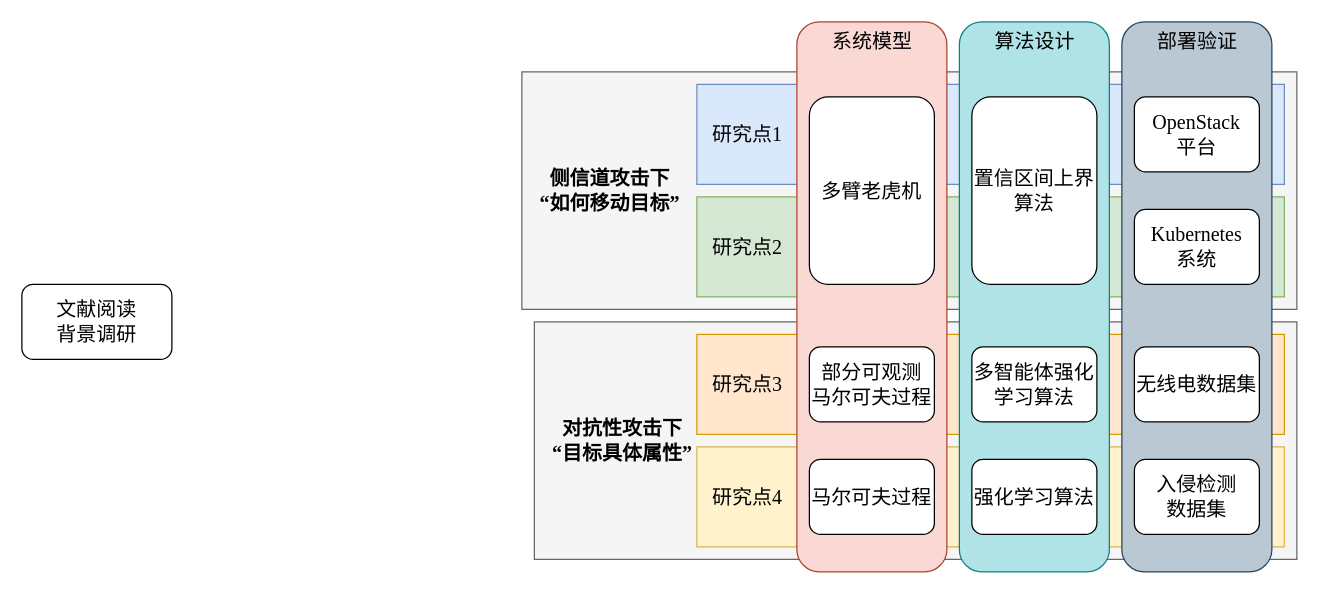
Above: 研究方法.drawio in weyg0/Diagrams (draw.io), before the change. Source tidied: cells renumbered, new cells numbered last; positions are measured from the earlier drawing's top-left corner, leaving out a move shared by most shapes. Both pictures are drawn from the tidied source at 125%, with x=0, y=0 at pixel (21, 21).
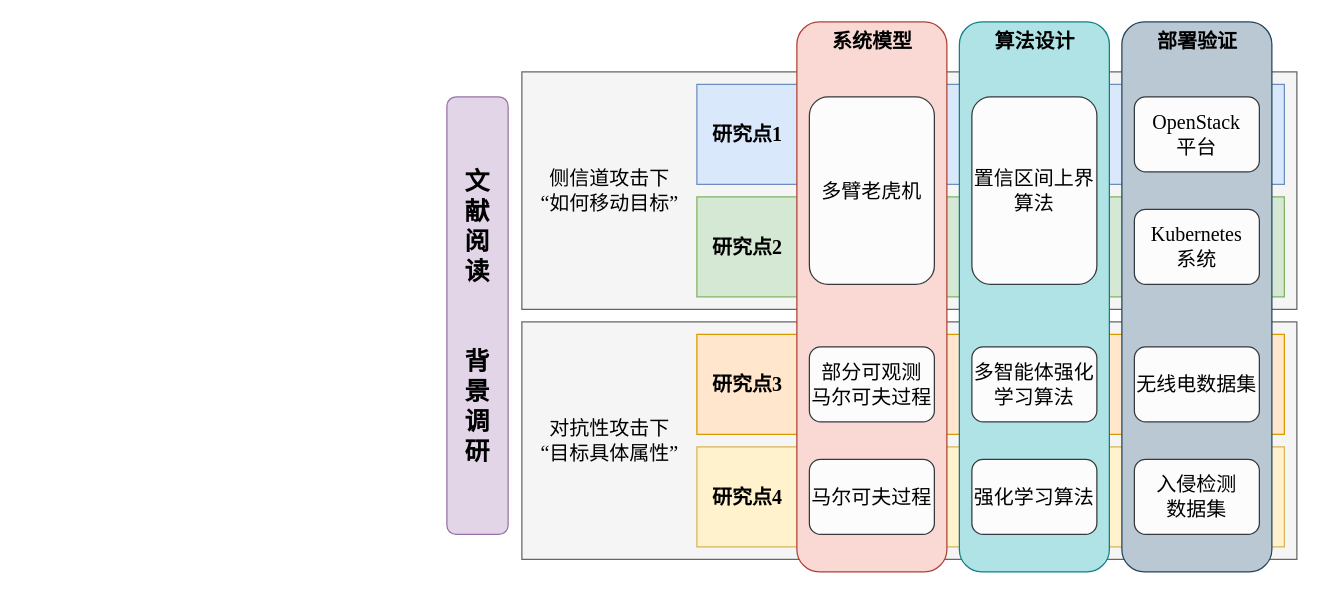
The same diagram, later.

Commit message (it also covers changes not shown here):
更新研究方法.drawio

Diff of the diagram source:
```diff
@@
     <mxCell id="2" style="rounded=0;whiteSpace=wrap;html=1;fillColor=#f5f5f5;strokeColor=#666666;fontFamily=Times New Roman;fontSize=16;fontColor=#333333;" parent="1" vertex="1">
-      <mxGeometry x="410" y="240" width="610" height="190" as="geometry" />
+      <mxGeometry x="400" y="240" width="620" height="190" as="geometry" />
     </mxCell>
@@
-    <mxCell id="4" value="文献阅读&lt;br style=&quot;font-size: 16px;&quot;&gt;背景调研" style="rounded=1;whiteSpace=wrap;html=1;fontFamily=Times New Roman;fontSize=16;" parent="1" vertex="1">
-      <mxGeometry y="210" width="120" height="60" as="geometry" />
+    <mxCell id="4" value="&lt;font style=&quot;font-size: 20px;&quot;&gt;文&lt;br&gt;献&lt;br&gt;阅&lt;br&gt;读&lt;br&gt;&lt;br&gt;&lt;br style=&quot;&quot;&gt;背&lt;br&gt;景&lt;br&gt;调&lt;br&gt;研&lt;/font&gt;" style="rounded=1;whiteSpace=wrap;html=1;fontFamily=Times New Roman;fontSize=16;fillColor=#e1d5e7;strokeColor=#9673a6;fontStyle=1;" parent="1" vertex="1">
+      <mxGeometry x="340" y="60" width="49" height="350" as="geometry" />
     </mxCell>
-    <mxCell id="5" value="&lt;b style=&quot;font-size: 16px;&quot;&gt;侧信道攻击下&lt;br style=&quot;font-size: 16px;&quot;&gt;“如何移动目标”&lt;/b&gt;" style="text;html=1;align=center;verticalAlign=middle;strokeColor=none;fillColor=none;fontFamily=Times New Roman;fontSize=16;" parent="1" vertex="1">
-      <mxGeometry x="400" y="110" width="140" height="50" as="geometry" />
+    <mxCell id="5" value="&lt;span style=&quot;font-size: 16px;&quot;&gt;侧信道攻击下&lt;br style=&quot;font-size: 16px;&quot;&gt;“如何移动目标”&lt;/span&gt;" style="text;html=1;align=center;verticalAlign=middle;strokeColor=none;fillColor=none;fontFamily=Times New Roman;fontSize=16;" parent="1" vertex="1">
+      <mxGeometry x="405" y="110" width="130" height="50" as="geometry" />
     </mxCell>
-    <mxCell id="6" value="&lt;b style=&quot;font-size: 16px;&quot;&gt;对抗性攻击下&lt;br style=&quot;font-size: 16px;&quot;&gt;“目标具体属性”&lt;/b&gt;" style="text;html=1;align=center;verticalAlign=middle;strokeColor=none;fillColor=none;fontFamily=Times New Roman;fontSize=16;" parent="1" vertex="1">
-      <mxGeometry x="410" y="310" width="140" height="50" as="geometry" />
+    <mxCell id="6" value="&lt;span style=&quot;font-size: 16px;&quot;&gt;对抗性攻击下&lt;br style=&quot;font-size: 16px;&quot;&gt;“目标具体属性”&lt;/span&gt;" style="text;html=1;align=center;verticalAlign=middle;strokeColor=none;fillColor=none;fontFamily=Times New Roman;fontSize=16;" parent="1" vertex="1">
+      <mxGeometry x="405" y="310" width="130" height="50" as="geometry" />
     </mxCell>
@@
-    <mxCell id="14" value="系统模型" style="text;html=1;align=center;verticalAlign=middle;strokeColor=none;fillColor=none;fontFamily=Times New Roman;fontSize=16;" parent="1" vertex="1">
+    <mxCell id="14" value="系统模型" style="text;html=1;align=center;verticalAlign=middle;strokeColor=none;fillColor=none;fontFamily=Times New Roman;fontSize=16;fontStyle=1;" parent="1" vertex="1">
       <mxGeometry x="635" width="90" height="30" as="geometry" />
     </mxCell>
-    <mxCell id="15" value="算法设计" style="text;html=1;align=center;verticalAlign=middle;strokeColor=none;fillColor=none;fontFamily=Times New Roman;fontSize=16;" parent="1" vertex="1">
+    <mxCell id="15" value="算法设计" style="text;html=1;align=center;verticalAlign=middle;strokeColor=none;fillColor=none;fontFamily=Times New Roman;fontSize=16;fontStyle=1;" parent="1" vertex="1">
       <mxGeometry x="765" width="90" height="30" as="geometry" />
     </mxCell>
-    <mxCell id="16" value="部署验证" style="text;html=1;align=center;verticalAlign=middle;strokeColor=none;fillColor=none;fontFamily=Times New Roman;fontSize=16;" parent="1" vertex="1">
+    <mxCell id="16" value="部署验证" style="text;html=1;align=center;verticalAlign=middle;strokeColor=none;fillColor=none;fontFamily=Times New Roman;fontSize=16;fontStyle=1;" parent="1" vertex="1">
       <mxGeometry x="895" width="90" height="30" as="geometry" />
     </mxCell>
-    <mxCell id="17" value="多臂老虎机" style="rounded=1;whiteSpace=wrap;html=1;fontFamily=Times New Roman;fontSize=16;" parent="1" vertex="1">
+    <mxCell id="17" value="多臂老虎机" style="rounded=1;whiteSpace=wrap;html=1;fontFamily=Times New Roman;fontSize=16;fillColor=#FCFCFC;strokeColor=#36393d;" parent="1" vertex="1">
       <mxGeometry x="630" y="60" width="100" height="150" as="geometry" />
     </mxCell>
-    <mxCell id="18" value="部分可观测&lt;br&gt;马尔可夫过程" style="rounded=1;whiteSpace=wrap;html=1;fontFamily=Times New Roman;fontSize=16;" parent="1" vertex="1">
+    <mxCell id="18" value="部分可观测&lt;br&gt;马尔可夫过程" style="rounded=1;whiteSpace=wrap;html=1;fontFamily=Times New Roman;fontSize=16;fillColor=#FCFCFC;strokeColor=#36393d;" parent="1" vertex="1">
       <mxGeometry x="630" y="260" width="100" height="60" as="geometry" />
     </mxCell>
-    <mxCell id="19" value="马尔可夫过程" style="rounded=1;whiteSpace=wrap;html=1;fontFamily=Times New Roman;fontSize=16;" parent="1" vertex="1">
+    <mxCell id="19" value="马尔可夫过程" style="rounded=1;whiteSpace=wrap;html=1;fontFamily=Times New Roman;fontSize=16;fillColor=#FCFCFC;strokeColor=#36393d;" parent="1" vertex="1">
       <mxGeometry x="630" y="350" width="100" height="60" as="geometry" />
     </mxCell>
-    <mxCell id="20" value="置信区间上界算法" style="rounded=1;whiteSpace=wrap;html=1;fontFamily=Times New Roman;fontSize=16;" parent="1" vertex="1">
+    <mxCell id="20" value="置信区间上界算法" style="rounded=1;whiteSpace=wrap;html=1;fontFamily=Times New Roman;fontSize=16;fillColor=#FCFCFC;strokeColor=#36393d;" parent="1" vertex="1">
       <mxGeometry x="760" y="60" width="100" height="150" as="geometry" />
     </mxCell>
-    <mxCell id="21" value="多智能体强化学习算法" style="rounded=1;whiteSpace=wrap;html=1;fontFamily=Times New Roman;fontSize=16;" parent="1" vertex="1">
+    <mxCell id="21" value="多智能体强化学习算法" style="rounded=1;whiteSpace=wrap;html=1;fontFamily=Times New Roman;fontSize=16;fillColor=#FCFCFC;strokeColor=#36393d;" parent="1" vertex="1">
       <mxGeometry x="760" y="260" width="100" height="60" as="geometry" />
     </mxCell>
-    <mxCell id="22" value="强化学习算法" style="rounded=1;whiteSpace=wrap;html=1;fontFamily=Times New Roman;fontSize=16;" parent="1" vertex="1">
+    <mxCell id="22" value="强化学习算法" style="rounded=1;whiteSpace=wrap;html=1;fontFamily=Times New Roman;fontSize=16;fillColor=#FCFCFC;strokeColor=#36393d;" parent="1" vertex="1">
       <mxGeometry x="760" y="350" width="100" height="60" as="geometry" />
     </mxCell>
-    <mxCell id="23" value="无线电数据集" style="rounded=1;whiteSpace=wrap;html=1;fontFamily=Times New Roman;fontSize=16;" parent="1" vertex="1">
+    <mxCell id="23" value="无线电数据集" style="rounded=1;whiteSpace=wrap;html=1;fontFamily=Times New Roman;fontSize=16;fillColor=#FCFCFC;strokeColor=#36393d;" parent="1" vertex="1">
       <mxGeometry x="890" y="260" width="100" height="60" as="geometry" />
     </mxCell>
-    <mxCell id="24" value="OpenStack&lt;br&gt;平台" style="rounded=1;whiteSpace=wrap;html=1;fontFamily=Times New Roman;fontSize=16;" parent="1" vertex="1">
+    <mxCell id="24" value="OpenStack&lt;br&gt;平台" style="rounded=1;whiteSpace=wrap;html=1;fontFamily=Times New Roman;fontSize=16;fillColor=#FCFCFC;strokeColor=#36393d;" parent="1" vertex="1">
       <mxGeometry x="890" y="60" width="100" height="60" as="geometry" />
     </mxCell>
-    <mxCell id="25" value="Kubernetes&lt;br&gt;系统" style="rounded=1;whiteSpace=wrap;html=1;fontFamily=Times New Roman;fontSize=16;" parent="1" vertex="1">
+    <mxCell id="25" value="Kubernetes&lt;br&gt;系统" style="rounded=1;whiteSpace=wrap;html=1;fontFamily=Times New Roman;fontSize=16;fillColor=#FCFCFC;strokeColor=#36393d;" parent="1" vertex="1">
       <mxGeometry x="890" y="150" width="100" height="60" as="geometry" />
     </mxCell>
-    <mxCell id="26" value="入侵检测&lt;br&gt;数据集" style="rounded=1;whiteSpace=wrap;html=1;fontFamily=Times New Roman;fontSize=16;" parent="1" vertex="1">
+    <mxCell id="26" value="入侵检测&lt;br&gt;数据集" style="rounded=1;whiteSpace=wrap;html=1;fontFamily=Times New Roman;fontSize=16;fillColor=#FCFCFC;strokeColor=#36393d;" parent="1" vertex="1">
       <mxGeometry x="890" y="350" width="100" height="60" as="geometry" />
     </mxCell>
-    <mxCell id="27" value="研究点1" style="text;html=1;align=center;verticalAlign=middle;strokeColor=none;fillColor=none;fontSize=16;fontFamily=Times New Roman;" parent="1" vertex="1">
+    <mxCell id="27" value="研究点1" style="text;html=1;align=center;verticalAlign=middle;strokeColor=none;fillColor=none;fontSize=16;fontFamily=Times New Roman;fontStyle=1;" parent="1" vertex="1">
       <mxGeometry x="540" y="75" width="80" height="30" as="geometry" />
     </mxCell>
-    <mxCell id="28" value="研究点2" style="text;html=1;align=center;verticalAlign=middle;strokeColor=none;fillColor=none;fontSize=16;fontFamily=Times New Roman;" parent="1" vertex="1">
+    <mxCell id="28" value="研究点2" style="text;html=1;align=center;verticalAlign=middle;strokeColor=none;fillColor=none;fontSize=16;fontFamily=Times New Roman;fontStyle=1;" parent="1" vertex="1">
       <mxGeometry x="540" y="165" width="80" height="30" as="geometry" />
     </mxCell>
-    <mxCell id="29" value="研究点3" style="text;html=1;align=center;verticalAlign=middle;strokeColor=none;fillColor=none;fontSize=16;fontFamily=Times New Roman;" parent="1" vertex="1">
+    <mxCell id="29" value="研究点3" style="text;html=1;align=center;verticalAlign=middle;strokeColor=none;fillColor=none;fontSize=16;fontFamily=Times New Roman;fontStyle=1;" parent="1" vertex="1">
       <mxGeometry x="540" y="275" width="80" height="30" as="geometry" />
     </mxCell>
-    <mxCell id="30" value="研究点4" style="text;html=1;align=center;verticalAlign=middle;strokeColor=none;fillColor=none;fontSize=16;fontFamily=Times New Roman;" parent="1" vertex="1">
+    <mxCell id="30" value="研究点4" style="text;html=1;align=center;verticalAlign=middle;strokeColor=none;fillColor=none;fontSize=16;fontFamily=Times New Roman;fontStyle=1;" parent="1" vertex="1">
       <mxGeometry x="540" y="365" width="80" height="30" as="geometry" />
     </mxCell>
```
